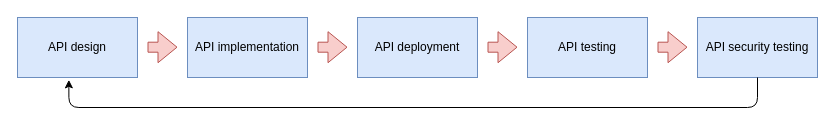
This is page "2.8" (8 of 9) of ch02.drawio from abunuwas/api-sec-book-imgs, a draw.io file, before an edit. Source tidied: cells renumbered, new cells numbered last; positions are measured from the earlier drawing's top-left corner, leaving out a move shared by most shapes. Both pictures are drawn from the tidied source at 100%, with x=0, y=0 at pixel (17, 17).
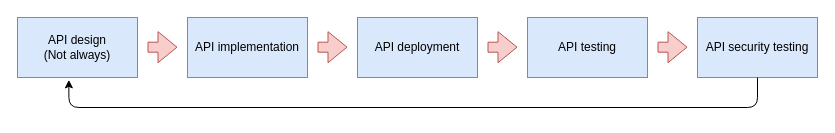
After the change.

Diff of the diagram source:
```diff
@@
 <mxGraphModel>
   <root>
     <mxCell id="0" />
     <mxCell id="1" parent="0" />
-    <mxCell id="2" value="API design" style="rounded=0;whiteSpace=wrap;html=1;fillColor=#dae8fc;strokeColor=#6c8ebf;" parent="1" vertex="1">
+    <mxCell id="2" value="API design&lt;div&gt;(Not always)&lt;/div&gt;" style="rounded=0;whiteSpace=wrap;html=1;fillColor=#dae8fc;strokeColor=#6c8ebf;" parent="1" vertex="1">
       <mxGeometry width="120" height="60" as="geometry" />
     </mxCell>
     <mxCell id="3" style="shape=flexArrow;endArrow=classic;html=1;rounded=0;fillColor=#f8cecc;strokeColor=#b85450;" parent="1" edge="1">
       <mxGeometry relative="1" as="geometry">
         <mxPoint x="130" y="29.7" as="sourcePoint" />
         <mxPoint x="160" y="29.7" as="targetPoint" />
       </mxGeometry>
     </mxCell>
     <mxCell id="4" value="API implementation" style="rounded=0;whiteSpace=wrap;html=1;fillColor=#dae8fc;strokeColor=#6c8ebf;" parent="1" vertex="1">
       <mxGeometry x="170" width="120" height="60" as="geometry" />
     </mxCell>
     <mxCell id="5" style="shape=flexArrow;endArrow=classic;html=1;rounded=0;fillColor=#f8cecc;strokeColor=#b85450;" parent="1" edge="1">
       <mxGeometry relative="1" as="geometry">
         <mxPoint x="300" y="29.7" as="sourcePoint" />
         <mxPoint x="330" y="29.7" as="targetPoint" />
       </mxGeometry>
     </mxCell>
     <mxCell id="6" value="API deployment" style="rounded=0;whiteSpace=wrap;html=1;fillColor=#dae8fc;strokeColor=#6c8ebf;" parent="1" vertex="1">
       <mxGeometry x="340" width="120" height="60" as="geometry" />
     </mxCell>
     <mxCell id="7" style="shape=flexArrow;endArrow=classic;html=1;rounded=0;fillColor=#f8cecc;strokeColor=#b85450;" parent="1" edge="1">
       <mxGeometry relative="1" as="geometry">
         <mxPoint x="470" y="29.7" as="sourcePoint" />
         <mxPoint x="500" y="29.7" as="targetPoint" />
       </mxGeometry>
     </mxCell>
     <mxCell id="8" value="API testing" style="rounded=0;whiteSpace=wrap;html=1;fillColor=#dae8fc;strokeColor=#6c8ebf;" parent="1" vertex="1">
       <mxGeometry x="510" width="120" height="60" as="geometry" />
     </mxCell>
     <mxCell id="9" style="shape=flexArrow;endArrow=classic;html=1;rounded=0;fillColor=#f8cecc;strokeColor=#b85450;" parent="1" edge="1">
       <mxGeometry relative="1" as="geometry">
         <mxPoint x="640" y="29.7" as="sourcePoint" />
         <mxPoint x="670" y="29.7" as="targetPoint" />
       </mxGeometry>
     </mxCell>
     <mxCell id="10" value="API security testing" style="rounded=0;whiteSpace=wrap;html=1;fillColor=#dae8fc;strokeColor=#6c8ebf;" parent="1" vertex="1">
       <mxGeometry x="680" width="120" height="60" as="geometry" />
     </mxCell>
     <mxCell id="11" style="edgeStyle=orthogonalEdgeStyle;rounded=1;jettySize=auto;html=1;entryX=0.428;entryY=1.039;entryDx=0;entryDy=0;entryPerimeter=0;curved=0;" parent="1" edge="1" source="10" target="2">
       <mxGeometry relative="1" as="geometry">
         <Array as="points">
           <mxPoint x="740" y="90" />
           <mxPoint x="51" y="90" />
         </Array>
       </mxGeometry>
     </mxCell>
   </root>
 </mxGraphModel>
```
